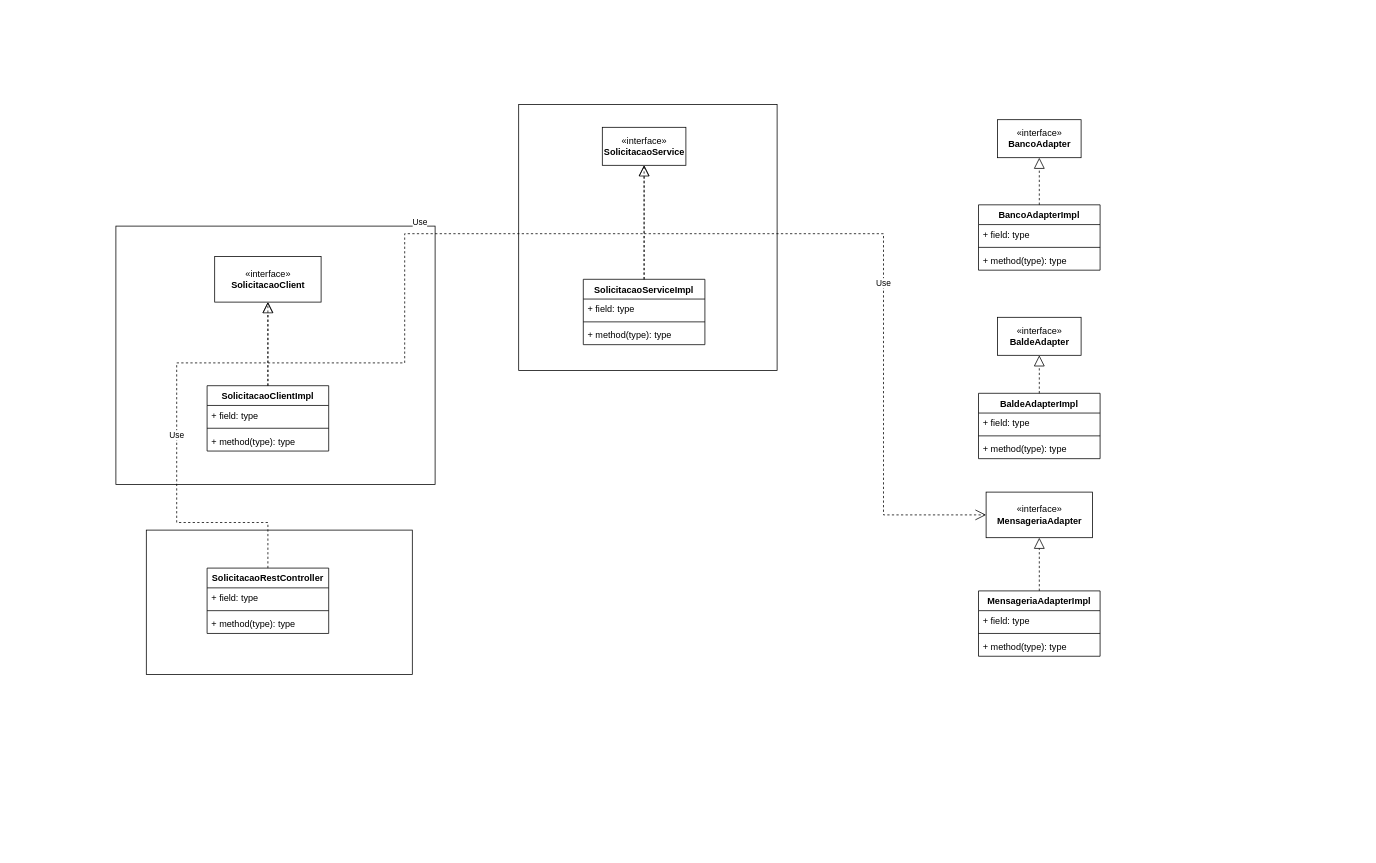
This is Untitled Diagram.drawio from felipeunipe/BootsFaces-Examples, a draw.io file, before an edit. Source tidied: cells renumbered, new cells numbered last; positions are measured from the earlier drawing's top-left corner, leaving out a move shared by most shapes. Both pictures are drawn from the tidied source at 76%, with x=0, y=0 at pixel (116, 104).
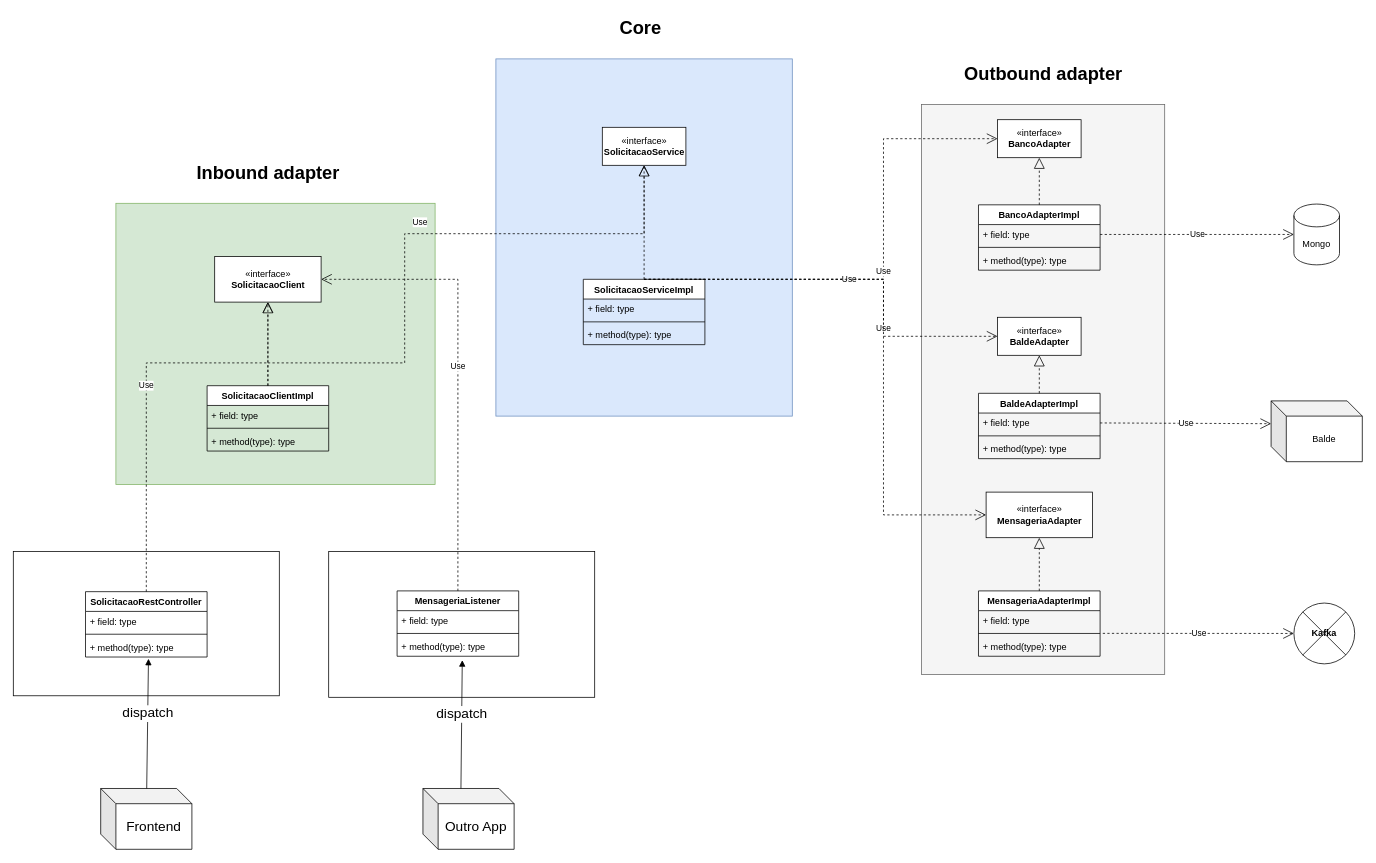
The same page after the edit.

Commit message:
Hexagonal Diagrama classe

Unchanged cells that the change refers to:
```xml
<mxCell id="6" value="SolicitacaoServiceImpl" style="swimlane;fontStyle=1;align=center;verticalAlign=top;horizontal=1;startSize=26;" parent="1" vertex="1">
  <mxGeometry x="615" y="230" width="160" height="86" as="geometry" />
</mxCell>
<mxCell id="11" value="«interface»&lt;br&gt;&lt;b&gt;SolicitacaoClient&lt;/b&gt;" style="html=1;" parent="1" vertex="1">
  <mxGeometry x="130" y="200" width="140" height="60" as="geometry" />
</mxCell>
<mxCell id="21" value="+ method(type): type" style="text;strokeColor=none;fillColor=none;align=left;verticalAlign=top;spacingLeft=4;spacingRight=4;overflow=hidden;points=[[0,0.5],[1,0.5]];portConstraint=eastwest;" parent="18" vertex="1">
  <mxGeometry y="60" width="160" height="26" as="geometry" />
</mxCell>
<mxCell id="23" value="«interface»&lt;br&gt;&lt;b&gt;BancoAdapter&lt;/b&gt;" style="html=1;" parent="1" vertex="1">
  <mxGeometry x="1160" y="20" width="110" height="50" as="geometry" />
</mxCell>
<mxCell id="25" value="+ field: type" style="text;strokeColor=none;fillColor=none;align=left;verticalAlign=top;spacingLeft=4;spacingRight=4;overflow=hidden;points=[[0,0.5],[1,0.5]];portConstraint=eastwest;" parent="24" vertex="1">
  <mxGeometry y="26" width="160" height="26" as="geometry" />
</mxCell>
<mxCell id="29" value="«interface»&lt;br&gt;&lt;b&gt;BaldeAdapter&lt;/b&gt;" style="html=1;" parent="1" vertex="1">
  <mxGeometry x="1160" y="280" width="110" height="50" as="geometry" />
</mxCell>
<mxCell id="31" value="+ field: type" style="text;strokeColor=none;fillColor=none;align=left;verticalAlign=top;spacingLeft=4;spacingRight=4;overflow=hidden;points=[[0,0.5],[1,0.5]];portConstraint=eastwest;" parent="30" vertex="1">
  <mxGeometry y="26" width="160" height="26" as="geometry" />
</mxCell>
<mxCell id="35" value="«interface»&lt;br&gt;&lt;b&gt;MensageriaAdapter&lt;/b&gt;" style="html=1;" parent="1" vertex="1">
  <mxGeometry x="1145" y="510" width="140" height="60" as="geometry" />
</mxCell>
<mxCell id="39" value="+ method(type): type" style="text;strokeColor=none;fillColor=none;align=left;verticalAlign=top;spacingLeft=4;spacingRight=4;overflow=hidden;points=[[0,0.5],[1,0.5]];portConstraint=eastwest;" parent="36" vertex="1">
  <mxGeometry y="60" width="160" height="26" as="geometry" />
</mxCell>
```

What changed in the source:
```diff
@@
+    <mxCell id="42" style="rounded=0;whiteSpace=wrap;html=1;" parent="1" vertex="1">
+      <mxGeometry x="280" y="588" width="350" height="192" as="geometry" />
+    </mxCell>
+    <mxCell id="43" style="rounded=0;whiteSpace=wrap;html=1;fillColor=#f5f5f5;fontColor=#333333;strokeColor=#666666;" parent="1" vertex="1">
+      <mxGeometry x="1060" width="320" height="750" as="geometry" />
+    </mxCell>
-    <mxCell id="2" style="rounded=0;whiteSpace=wrap;html=1;" parent="1" vertex="1">
-      <mxGeometry x="530" width="340" height="350" as="geometry" />
+    <mxCell id="2" style="rounded=0;whiteSpace=wrap;html=1;fillColor=#dae8fc;strokeColor=#6c8ebf;" parent="1" vertex="1">
+      <mxGeometry x="500" y="-60" width="390" height="470" as="geometry" />
     </mxCell>
     <mxCell id="3" style="rounded=0;whiteSpace=wrap;html=1;" parent="1" vertex="1">
-      <mxGeometry x="40" y="560" width="350" height="190" as="geometry" />
+      <mxGeometry x="-135" y="588" width="350" height="190" as="geometry" />
     </mxCell>
-    <mxCell id="4" style="rounded=0;whiteSpace=wrap;html=1;" parent="1" vertex="1">
-      <mxGeometry y="160" width="420" height="340" as="geometry" />
+    <mxCell id="4" style="rounded=0;whiteSpace=wrap;html=1;fillColor=#d5e8d4;strokeColor=#82b366;" parent="1" vertex="1">
+      <mxGeometry y="130" width="420" height="370" as="geometry" />
     </mxCell>
@@
     <mxCell id="18" value="SolicitacaoRestController" style="swimlane;fontStyle=1;align=center;verticalAlign=top;horizontal=1;startSize=26;" parent="1" vertex="1">
-      <mxGeometry x="120" y="610" width="160" height="86" as="geometry" />
+      <mxGeometry x="-40" y="641" width="160" height="86" as="geometry" />
     </mxCell>
@@
     <mxCell id="22" value="Use" style="endArrow=open;endSize=12;dashed=1;html=1;rounded=0;exitX=0.5;exitY=0;exitDx=0;exitDy=0;entryX=0.5;entryY=1;entryDx=0;entryDy=0;" parent="1" edge="1" source="18" target="11">
       <mxGeometry relative="1" as="geometry">
         <Array as="points">
-          <mxPoint x="200" y="550" />
-          <mxPoint x="80" y="550" />
-          <mxPoint x="80" y="340" />
+          <mxPoint x="40" y="550" />
+          <mxPoint x="40" y="340" />
           <mxPoint x="200" y="340" />
         </Array>
       </mxGeometry>
     </mxCell>
@@
     <mxCell id="41" value="Use" style="endArrow=open;endSize=12;dashed=1;html=1;rounded=0;exitX=0.5;exitY=0;exitDx=0;exitDy=0;entryX=0;entryY=0.5;entryDx=0;entryDy=0;" parent="1" edge="1" source="6" target="35">
       <mxGeometry relative="1" as="geometry">
         <Array as="points">
-          <mxPoint x="695" y="170" />
-          <mxPoint x="1010" y="170" />
+          <mxPoint x="980" y="230" />
+          <mxPoint x="1010" y="230" />
           <mxPoint x="1010" y="480" />
           <mxPoint x="1010" y="540" />
           <mxPoint x="1100" y="540" />
         </Array>
       </mxGeometry>
     </mxCell>
+    <mxCell id="44" value="Use" style="endArrow=open;endSize=12;dashed=1;html=1;rounded=0;entryX=0;entryY=0.5;entryDx=0;entryDy=0;exitX=0.5;exitY=0;exitDx=0;exitDy=0;" parent="1" edge="1" source="6" target="29">
+      <mxGeometry relative="1" as="geometry">
+        <Array as="points">
+          <mxPoint x="1010" y="230" />
+          <mxPoint x="1010" y="305" />
+        </Array>
+      </mxGeometry>
+    </mxCell>
+    <mxCell id="45" value="Use" style="endArrow=open;endSize=12;dashed=1;html=1;rounded=0;entryX=0;entryY=0.5;entryDx=0;entryDy=0;exitX=0.5;exitY=0;exitDx=0;exitDy=0;" parent="1" edge="1" source="6" target="23">
+      <mxGeometry relative="1" as="geometry">
+        <Array as="points">
+          <mxPoint x="1010" y="230" />
+          <mxPoint x="1010" y="45" />
+        </Array>
+      </mxGeometry>
+    </mxCell>
+    <mxCell id="46" value="Mongo" style="shape=cylinder3;whiteSpace=wrap;html=1;boundedLbl=1;backgroundOutline=1;size=15;" parent="1" vertex="1">
+      <mxGeometry x="1550" y="131" width="60" height="80" as="geometry" />
+    </mxCell>
+    <mxCell id="47" value="Use" style="endArrow=open;endSize=12;dashed=1;html=1;rounded=0;entryX=0;entryY=0.5;entryDx=0;entryDy=0;entryPerimeter=0;exitX=1;exitY=0.5;exitDx=0;exitDy=0;" parent="1" edge="1" source="25" target="46">
+      <mxGeometry relative="1" as="geometry" />
+    </mxCell>
+    <mxCell id="48" value="Balde" style="shape=cube;whiteSpace=wrap;html=1;boundedLbl=1;backgroundOutline=1;darkOpacity=0.05;darkOpacity2=0.1;" parent="1" vertex="1">
+      <mxGeometry x="1520" y="390" width="120" height="80" as="geometry" />
+    </mxCell>
+    <mxCell id="49" value="Use" style="endArrow=open;endSize=12;dashed=1;html=1;rounded=0;entryX=0;entryY=0;entryDx=0;entryDy=30;entryPerimeter=0;exitX=1;exitY=0.5;exitDx=0;exitDy=0;" parent="1" edge="1" source="31" target="48">
+      <mxGeometry relative="1" as="geometry" />
+    </mxCell>
+    <mxCell id="50" value="&lt;b&gt;Kafka&lt;/b&gt;" style="shape=sumEllipse;perimeter=ellipsePerimeter;whiteSpace=wrap;html=1;backgroundOutline=1;" parent="1" vertex="1">
+      <mxGeometry x="1550" y="656" width="80" height="80" as="geometry" />
+    </mxCell>
+    <mxCell id="51" value="Use" style="endArrow=open;endSize=12;dashed=1;html=1;rounded=0;entryX=0;entryY=0.5;entryDx=0;entryDy=0;exitX=1.022;exitY=-0.159;exitDx=0;exitDy=0;exitPerimeter=0;" parent="1" edge="1" source="39" target="50">
+      <mxGeometry relative="1" as="geometry" />
+    </mxCell>
+    <mxCell id="52" value="MensageriaListener" style="swimlane;fontStyle=1;align=center;verticalAlign=top;horizontal=1;startSize=26;" parent="1" vertex="1">
+      <mxGeometry x="370" y="640" width="160" height="86" as="geometry" />
+    </mxCell>
+    <mxCell id="53" value="+ field: type" style="text;strokeColor=none;fillColor=none;align=left;verticalAlign=top;spacingLeft=4;spacingRight=4;overflow=hidden;" parent="52" vertex="1">
+      <mxGeometry y="26" width="160" height="26" as="geometry" />
+    </mxCell>
+    <mxCell id="54" style="line;strokeWidth=1;fillColor=none;align=left;verticalAlign=middle;spacingTop=-1;spacingLeft=3;spacingRight=3;labelPosition=right;" parent="52" vertex="1">
+      <mxGeometry y="52" width="160" height="8" as="geometry" />
+    </mxCell>
+    <mxCell id="55" value="+ method(type): type" style="text;strokeColor=none;fillColor=none;align=left;verticalAlign=top;spacingLeft=4;spacingRight=4;overflow=hidden;points=[[0,0.5],[1,0.5]];portConstraint=eastwest;" parent="52" vertex="1">
+      <mxGeometry y="60" width="160" height="26" as="geometry" />
+    </mxCell>
+    <mxCell id="56" value="Use" style="endArrow=open;endSize=12;dashed=1;html=1;rounded=0;exitX=0.5;exitY=0;exitDx=0;exitDy=0;entryX=1;entryY=0.5;entryDx=0;entryDy=0;" parent="1" edge="1" source="52" target="11">
+      <mxGeometry relative="1" as="geometry">
+        <Array as="points">
+          <mxPoint x="450" y="470" />
+          <mxPoint x="450" y="320" />
+          <mxPoint x="450" y="230" />
+        </Array>
+      </mxGeometry>
+    </mxCell>
+    <mxCell id="57" value="Inbound adapter" style="text;strokeColor=none;fillColor=none;html=1;fontSize=24;fontStyle=1;verticalAlign=middle;align=center;" parent="1" vertex="1">
+      <mxGeometry x="150" y="70" width="100" height="40" as="geometry" />
+    </mxCell>
+    <mxCell id="58" value="Core" style="text;strokeColor=none;fillColor=none;html=1;fontSize=24;fontStyle=1;verticalAlign=middle;align=center;" parent="1" vertex="1">
+      <mxGeometry x="640" y="-120" width="100" height="40" as="geometry" />
+    </mxCell>
+    <mxCell id="59" value="Outbound adapter" style="text;strokeColor=none;fillColor=none;html=1;fontSize=24;fontStyle=1;verticalAlign=middle;align=center;" parent="1" vertex="1">
+      <mxGeometry x="1170" y="-60" width="100" height="40" as="geometry" />
+    </mxCell>
+    <mxCell id="60" value="Frontend" style="shape=cube;whiteSpace=wrap;html=1;boundedLbl=1;backgroundOutline=1;darkOpacity=0.05;darkOpacity2=0.1;fontSize=18;" parent="1" vertex="1">
+      <mxGeometry x="-20" y="900" width="120" height="80" as="geometry" />
+    </mxCell>
+    <mxCell id="61" value="Outro App" style="shape=cube;whiteSpace=wrap;html=1;boundedLbl=1;backgroundOutline=1;darkOpacity=0.05;darkOpacity2=0.1;fontSize=18;" parent="1" vertex="1">
+      <mxGeometry x="404" y="900" width="120" height="80" as="geometry" />
+    </mxCell>
+    <mxCell id="62" value="dispatch" style="html=1;verticalAlign=bottom;endArrow=block;rounded=0;fontSize=18;entryX=0.518;entryY=1.088;entryDx=0;entryDy=0;entryPerimeter=0;" parent="1" edge="1" source="60" target="21">
+      <mxGeometry relative="1" as="geometry" />
+    </mxCell>
+    <mxCell id="63" value="dispatch" style="html=1;verticalAlign=bottom;endArrow=block;rounded=0;fontSize=18;exitX=0;exitY=0;exitDx=50.00000000000001;exitDy=0;exitPerimeter=0;entryX=0.536;entryY=1.198;entryDx=0;entryDy=0;entryPerimeter=0;" parent="1" edge="1" source="61" target="55">
+      <mxGeometry relative="1" as="geometry" />
+    </mxCell>
```
